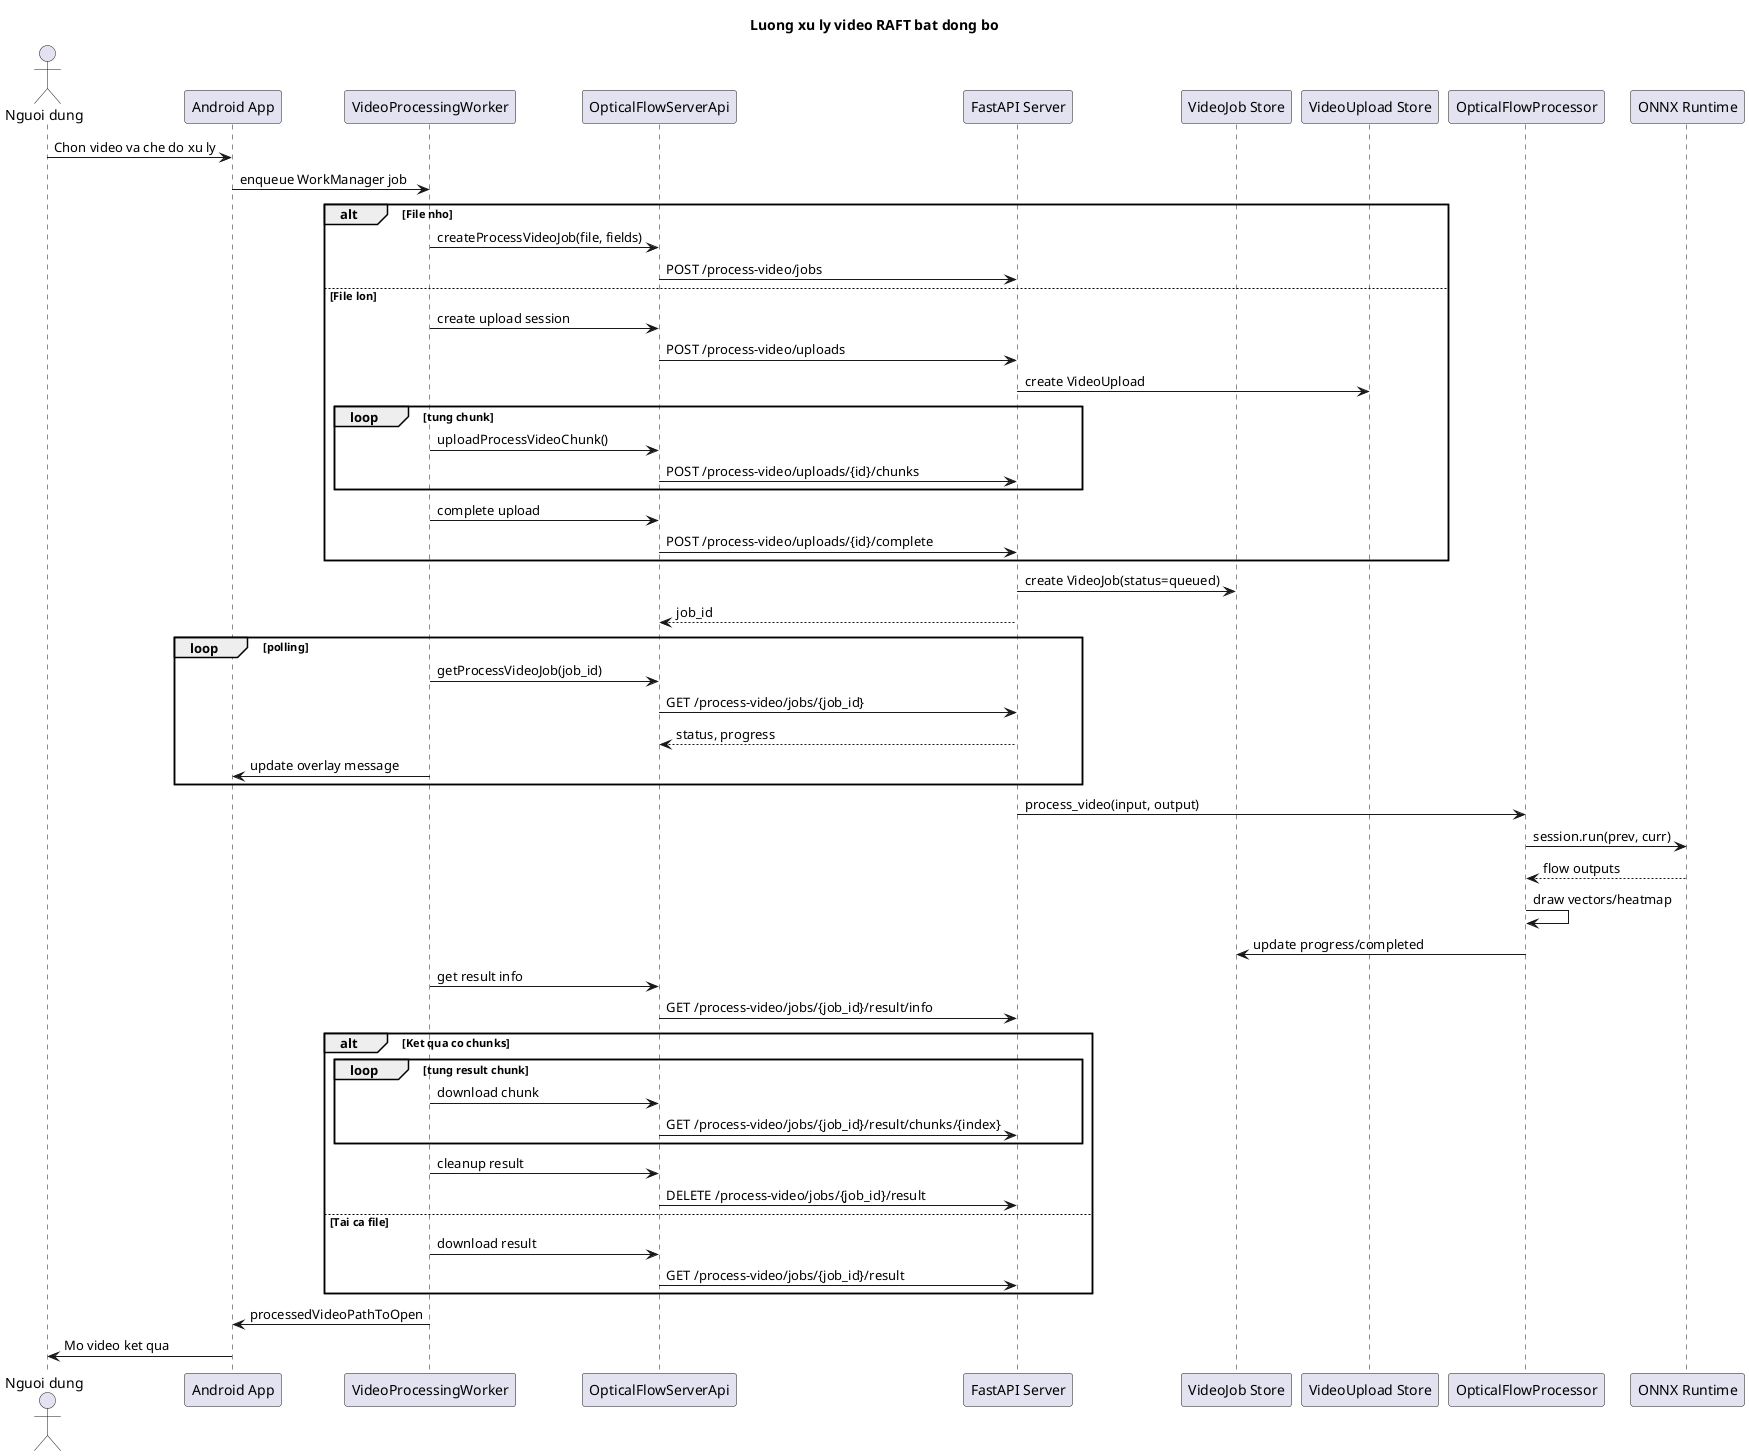
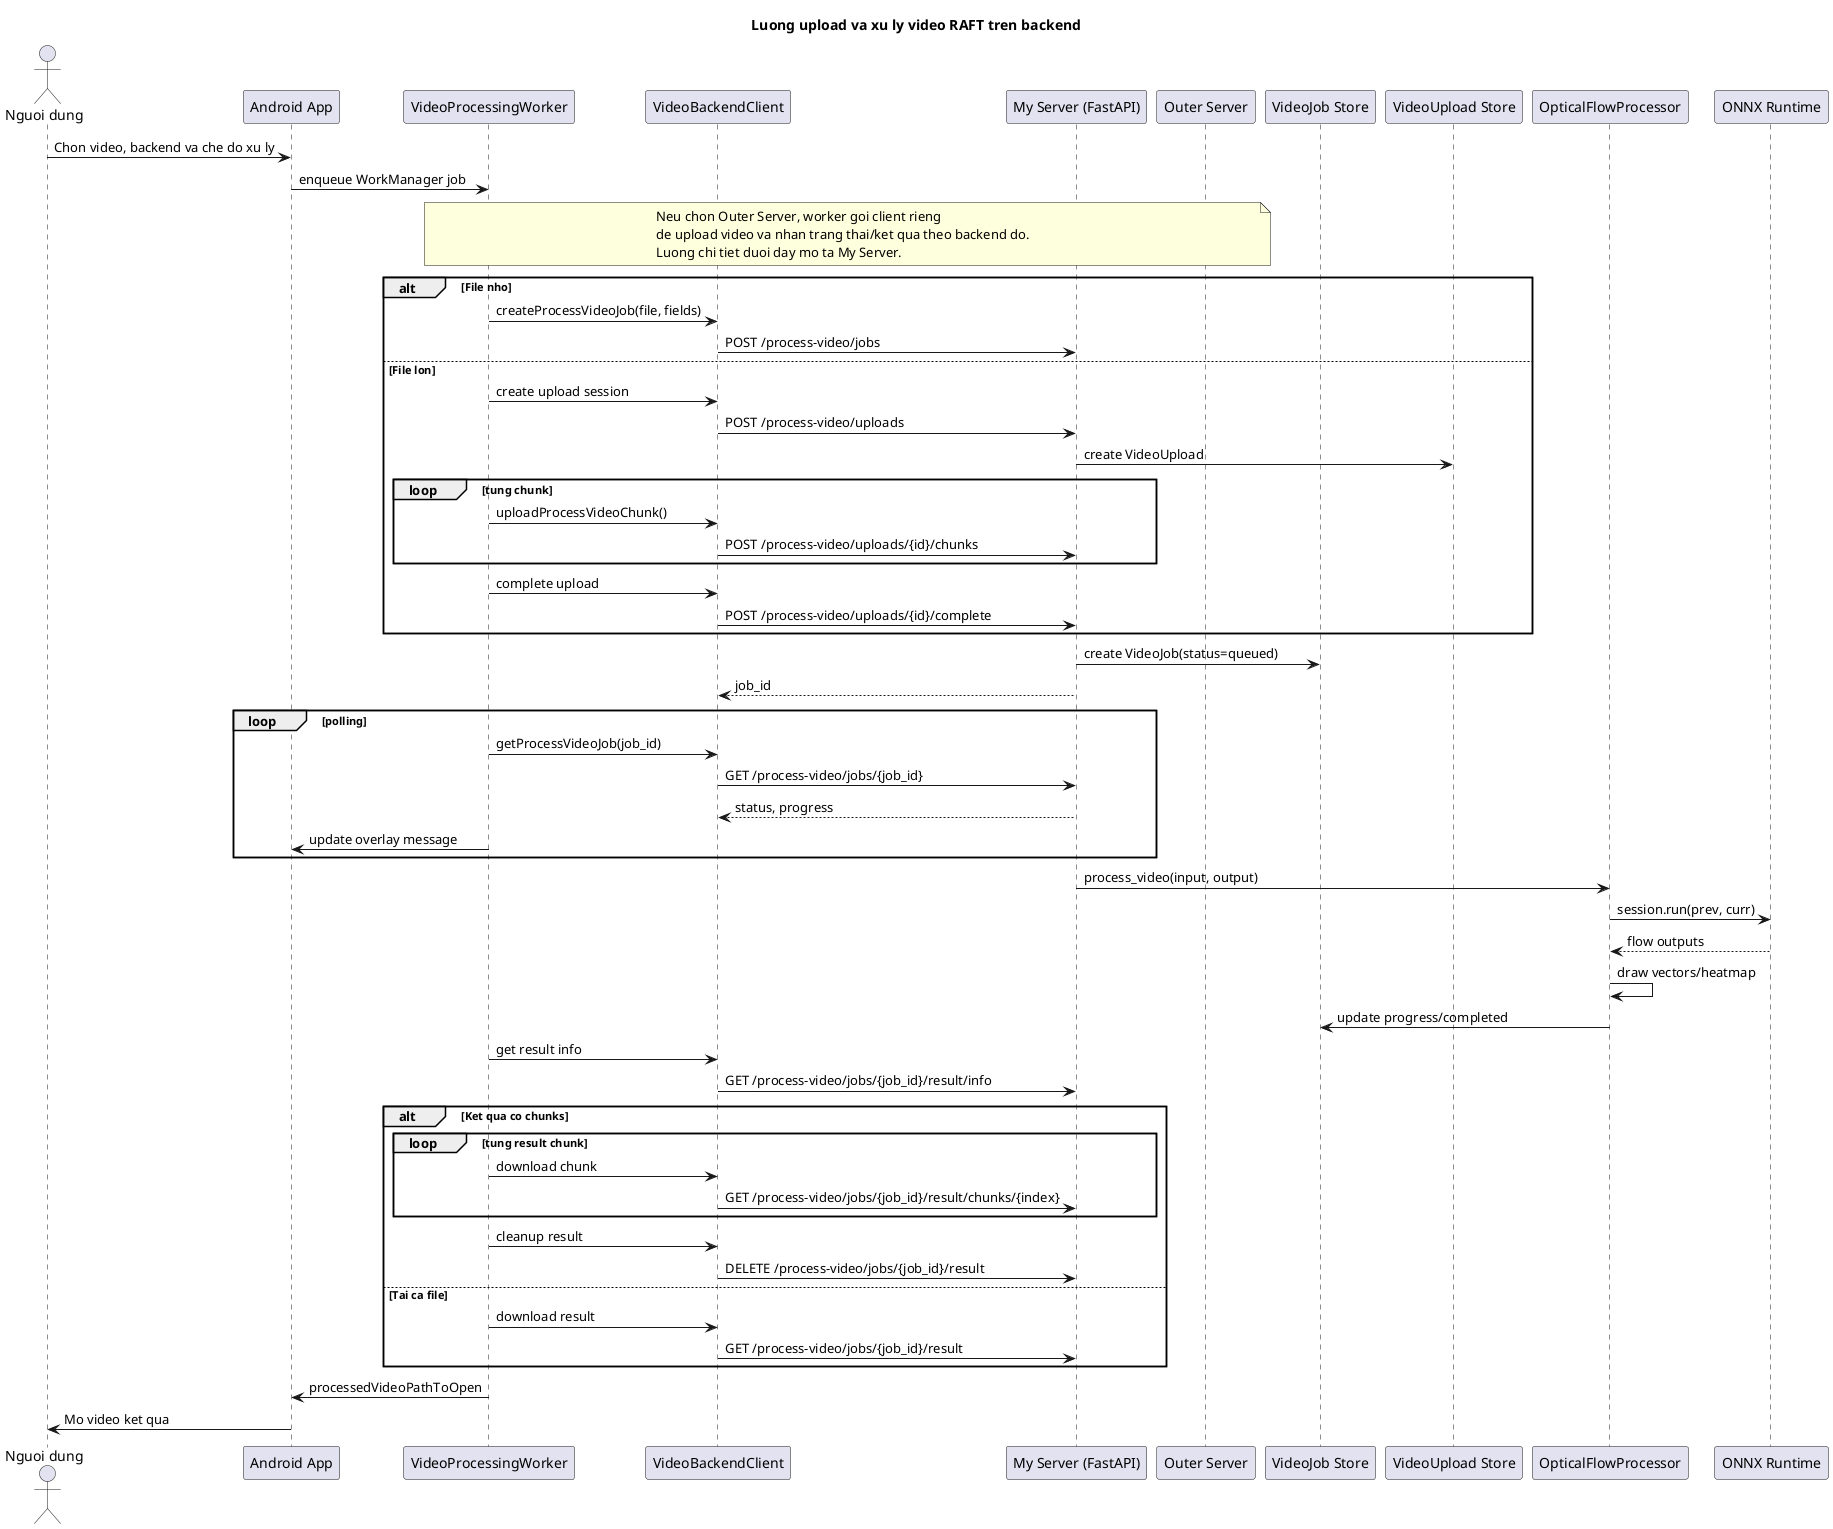
@startuml
- title Luong xu ly video RAFT bat dong bo
+ title Luong upload va xu ly video RAFT tren backend

actor "Nguoi dung" as User
participant "Android App" as App
participant "VideoProcessingWorker" as Worker
- participant "OpticalFlowServerApi" as Client
- participant "FastAPI Server" as API
+ participant "VideoBackendClient" as Client
+ participant "My Server (FastAPI)" as API
+ participant "Outer Server" as Outer
participant "VideoJob Store" as Store
participant "VideoUpload Store" as Upload
participant "OpticalFlowProcessor" as Processor
participant "ONNX Runtime" as ONNX

- User -> App : Chon video va che do xu ly
+ User -> App : Chon video, backend va che do xu ly
App -> Worker : enqueue WorkManager job
+ note over Worker,Outer
+   Neu chon Outer Server, worker goi client rieng
+   de upload video va nhan trang thai/ket qua theo backend do.
+   Luong chi tiet duoi day mo ta My Server.
+ end note
alt File nho
  Worker -> Client : createProcessVideoJob(file, fields)
  Client -> API : POST /process-video/jobs
else File lon
  Worker -> Client : create upload session
  Client -> API : POST /process-video/uploads
  API -> Upload : create VideoUpload
  loop tung chunk
    Worker -> Client : uploadProcessVideoChunk()
    Client -> API : POST /process-video/uploads/{id}/chunks
  end
  Worker -> Client : complete upload
  Client -> API : POST /process-video/uploads/{id}/complete
end
API -> Store : create VideoJob(status=queued)
API --> Client : job_id

loop polling
  Worker -> Client : getProcessVideoJob(job_id)
  Client -> API : GET /process-video/jobs/{job_id}
  API --> Client : status, progress
  Worker -> App : update overlay message
end

API -> Processor : process_video(input, output)
Processor -> ONNX : session.run(prev, curr)
ONNX --> Processor : flow outputs
Processor -> Processor : draw vectors/heatmap
Processor -> Store : update progress/completed

Worker -> Client : get result info
Client -> API : GET /process-video/jobs/{job_id}/result/info
alt Ket qua co chunks
  loop tung result chunk
    Worker -> Client : download chunk
    Client -> API : GET /process-video/jobs/{job_id}/result/chunks/{index}
  end
  Worker -> Client : cleanup result
  Client -> API : DELETE /process-video/jobs/{job_id}/result
else Tai ca file
  Worker -> Client : download result
  Client -> API : GET /process-video/jobs/{job_id}/result
end
Worker -> App : processedVideoPathToOpen
App -> User : Mo video ket qua

@enduml
